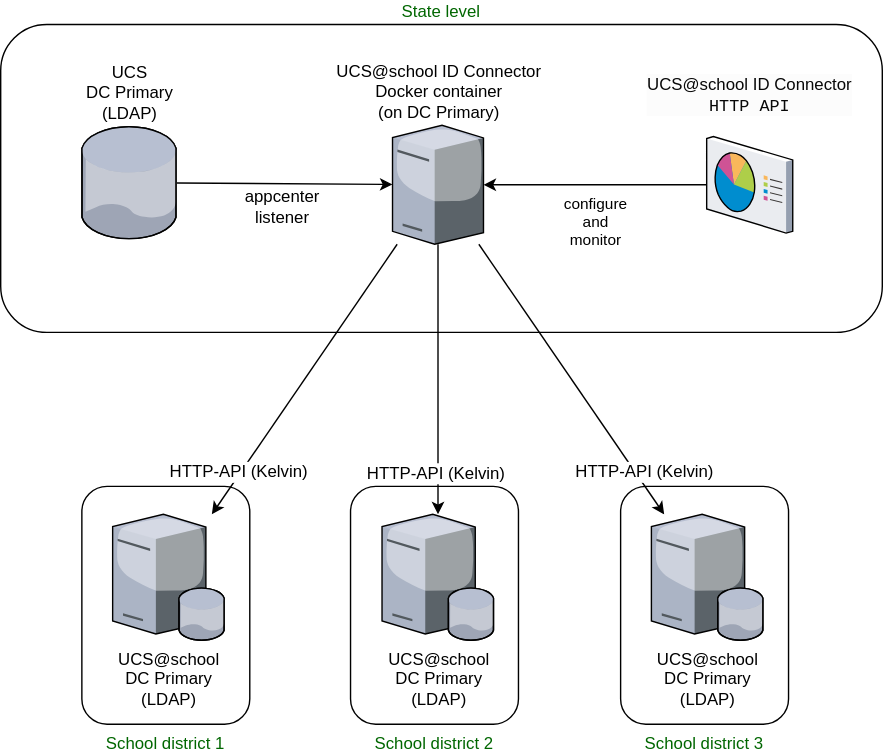
univention/ucsschool-id-connector keeps this draw.io diagram as docs/source/static/ucsschool-id-connector_overview_extended.svg. Above is the earlier version. Source tidied: cells renumbered, new cells last; positions are measured from the earlier drawing's top-left corner, leaving out a move shared by most shapes.
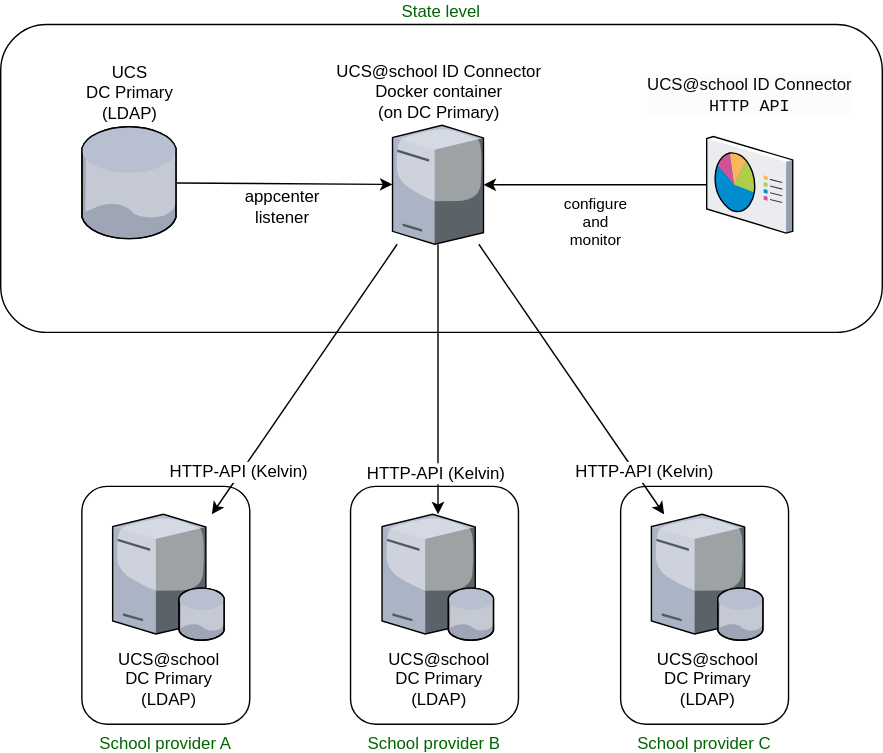
The same diagram one commit later.

What changed in the source:
```diff
@@ -5,13 +5,13 @@
     <mxCell id="2" value="&lt;font color=&quot;#006600&quot;&gt;State level&lt;/font&gt;" style="rounded=1;whiteSpace=wrap;html=1;labelPosition=center;verticalLabelPosition=top;align=center;verticalAlign=bottom;" parent="1" vertex="1">
       <mxGeometry width="630" height="220" as="geometry" />
     </mxCell>
-    <mxCell id="3" value="&lt;span style=&quot;color: rgb(0 , 102 , 0)&quot;&gt;School district 3&lt;/span&gt;" style="rounded=1;whiteSpace=wrap;html=1;labelPosition=center;verticalLabelPosition=bottom;align=center;verticalAlign=top;" parent="1" vertex="1">
+    <mxCell id="3" value="&lt;span style=&quot;color: rgb(0 , 102 , 0)&quot;&gt;School provider C&lt;/span&gt;" style="rounded=1;whiteSpace=wrap;html=1;labelPosition=center;verticalLabelPosition=bottom;align=center;verticalAlign=top;" parent="1" vertex="1">
       <mxGeometry x="443" y="330" width="120" height="170" as="geometry" />
     </mxCell>
-    <mxCell id="4" value="&lt;span style=&quot;color: rgb(0 , 102 , 0)&quot;&gt;School district 2&lt;/span&gt;&lt;font color=&quot;#006600&quot;&gt;&lt;br&gt;&lt;/font&gt;" style="rounded=1;whiteSpace=wrap;html=1;labelPosition=center;verticalLabelPosition=bottom;align=center;verticalAlign=top;" parent="1" vertex="1">
+    <mxCell id="4" value="&lt;span style=&quot;color: rgb(0 , 102 , 0)&quot;&gt;School provider B&lt;/span&gt;&lt;font color=&quot;#006600&quot;&gt;&lt;br&gt;&lt;/font&gt;" style="rounded=1;whiteSpace=wrap;html=1;labelPosition=center;verticalLabelPosition=bottom;align=center;verticalAlign=top;" parent="1" vertex="1">
       <mxGeometry x="250" y="330" width="120" height="170" as="geometry" />
     </mxCell>
-    <mxCell id="5" value="&lt;font color=&quot;#006600&quot;&gt;School district 1&lt;/font&gt;" style="rounded=1;whiteSpace=wrap;html=1;labelPosition=center;verticalLabelPosition=bottom;align=center;verticalAlign=top;" parent="1" vertex="1">
+    <mxCell id="5" value="&lt;font color=&quot;#006600&quot;&gt;School provider A&lt;/font&gt;" style="rounded=1;whiteSpace=wrap;html=1;labelPosition=center;verticalLabelPosition=bottom;align=center;verticalAlign=top;" parent="1" vertex="1">
       <mxGeometry x="58" y="330" width="120" height="170" as="geometry" />
     </mxCell>
     <mxCell id="6" style="endArrow=classic;html=1;" parent="1" edge="1" source="19" target="8">
```
